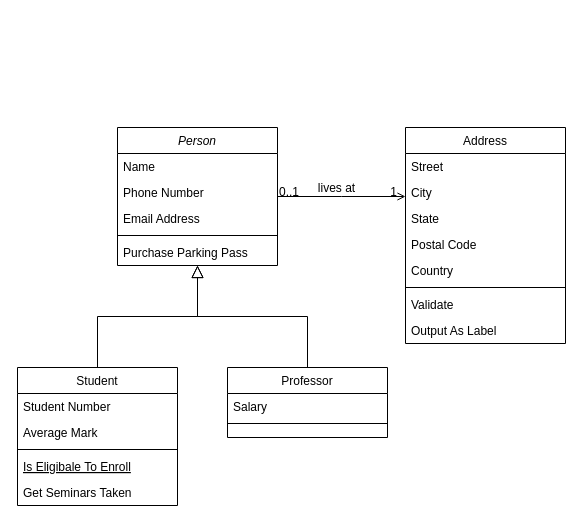
Before: Untitled Diagram.drawio in Lionel-Guyau/very-wild-trip, a draw.io diagram. Source tidied: cells renumbered, new cells numbered last; positions are measured from the earlier drawing's top-left corner, leaving out a move shared by most shapes. Both pictures are drawn from the tidied source at 100%, with x=0, y=0 at pixel (17, 127).
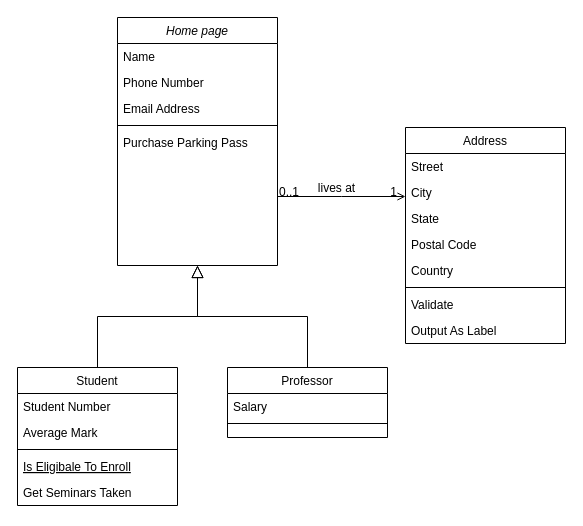
After the change.

Change to the diagram source:
```diff
@@
-    <mxCell id="2" value="Person" style="swimlane;fontStyle=2;align=center;verticalAlign=top;horizontal=1;startSize=26;rounded=0;shadow=0;strokeWidth=1;" parent="1" vertex="1">
-      <mxGeometry x="100" width="160" height="138" as="geometry" />
+    <mxCell id="2" value="Home page" style="swimlane;fontStyle=2;align=center;verticalAlign=top;horizontal=1;startSize=26;rounded=0;shadow=0;strokeWidth=1;" parent="1" vertex="1">
+      <mxGeometry x="100" y="-110" width="160" height="248" as="geometry" />
     </mxCell>
```
